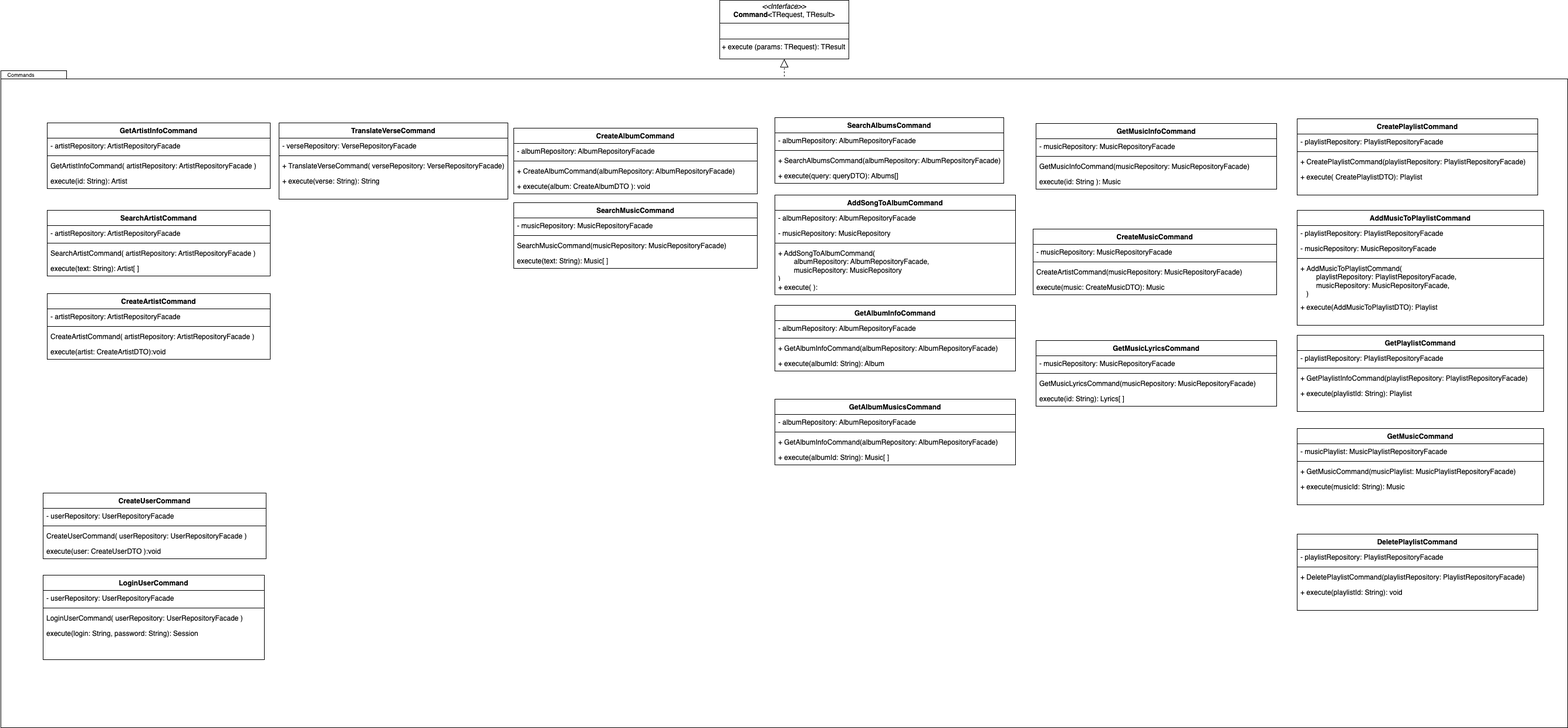
Before: docs/assets/gofsComportamentais/PatternCommands.png, a diagram exported from draw.io (UnBArqDsw2024-1/2024.1_G10_My_Lyrics). Source tidied: cells renumbered, new cells last; positions are measured from the earlier drawing's top-left corner, leaving out a move shared by most shapes.
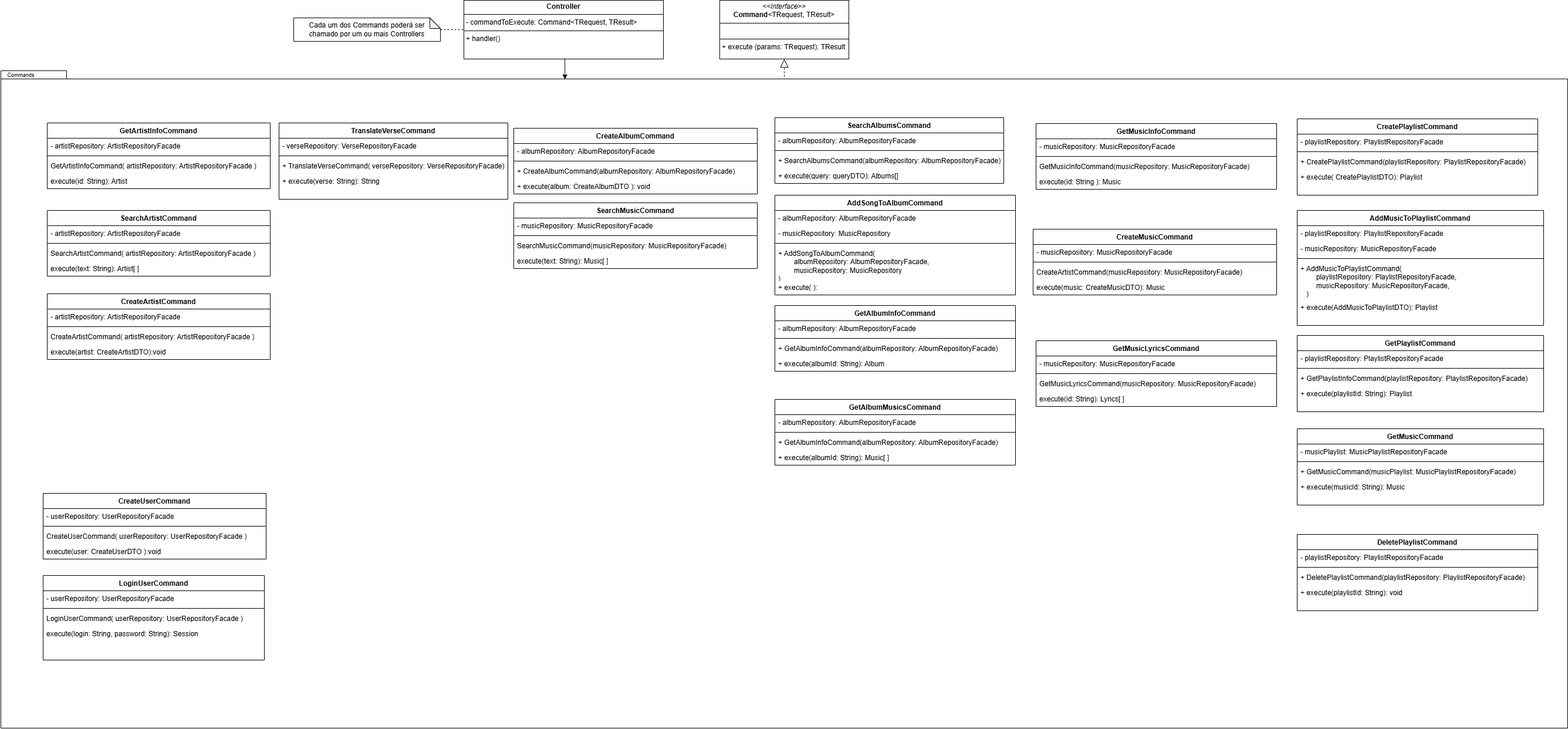
The same diagram one commit later.

Commit message:
fix: consertando o Command Pattern

What changed in the source:
```diff
@@ -320,5 +320,19 @@
     <mxCell id="107" value="Commands" style="text;html=1;align=center;verticalAlign=middle;strokeColor=none;fillColor=none;fontSize=9;" parent="1" vertex="1">
       <mxGeometry y="118" width="70" height="20" as="geometry" />
     </mxCell>
+    <mxCell id="108" value="&lt;p style=&quot;margin:0px;margin-top:4px;text-align:center;&quot;&gt;&lt;b&gt;Controller&lt;/b&gt;&lt;/p&gt;&lt;hr size=&quot;1&quot; style=&quot;border-style:solid;&quot;&gt;&lt;p style=&quot;margin:0px;margin-left:4px;&quot;&gt;- commandToExecute: Command&lt;span style=&quot;background-color: initial;&quot;&gt;&amp;lt;&lt;/span&gt;&lt;span style=&quot;background-color: initial;&quot; class=&quot;hljs-title class_&quot;&gt;TRequest&lt;/span&gt;&lt;span style=&quot;background-color: initial;&quot;&gt;,&amp;nbsp;&lt;/span&gt;&lt;span style=&quot;background-color: initial;&quot; class=&quot;hljs-title class_&quot;&gt;TResult&lt;/span&gt;&lt;span style=&quot;background-color: initial;&quot;&gt;&amp;gt;&lt;/span&gt;&lt;/p&gt;&lt;hr size=&quot;1&quot; style=&quot;border-style:solid;&quot;&gt;&lt;p style=&quot;margin:0px;margin-left:4px;&quot;&gt;+ handler()&lt;/p&gt;&lt;p style=&quot;margin:0px;margin-left:4px;&quot;&gt;&lt;br&gt;&lt;/p&gt;" style="verticalAlign=top;align=left;overflow=fill;html=1;whiteSpace=wrap;" parent="1" vertex="1">
+      <mxGeometry x="790" width="340" height="100" as="geometry" />
+    </mxCell>
+    <mxCell id="109" style="edgeStyle=orthogonalEdgeStyle;rounded=0;jettySize=auto;html=1;entryX=0.36;entryY=0.013;entryDx=0;entryDy=0;entryPerimeter=0;" parent="1" edge="1" target="2">
+      <mxGeometry relative="1" as="geometry">
+        <mxPoint x="960.2" y="100" as="sourcePoint" />
+      </mxGeometry>
+    </mxCell>
+    <mxCell id="110" style="edgeStyle=orthogonalEdgeStyle;rounded=0;jettySize=auto;html=1;endArrow=none;endFill=0;dashed=1;" parent="1" edge="1" source="111" target="108">
+      <mxGeometry relative="1" as="geometry" />
+    </mxCell>
+    <mxCell id="111" value="Cada um dos Commands poderá ser chamado por um ou mais Controllers" style="shape=note;whiteSpace=wrap;html=1;backgroundOutline=1;darkOpacity=0.05;size=18;" parent="1" vertex="1">
+      <mxGeometry x="500" y="30" width="250" height="40" as="geometry" />
+    </mxCell>
   </root>
 </mxGraphModel>
```
